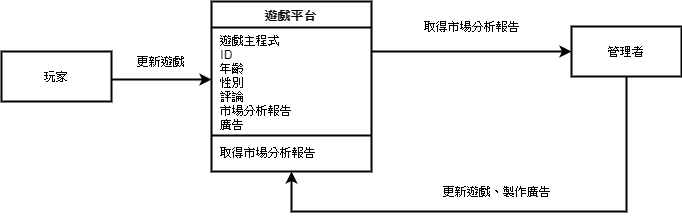
0624036/0624036_OO keeps this draw.io diagram as 市場分析初步類別圖.png. Above is the earlier version. Source tidied: cells renumbered, new cells last; positions are measured from the earlier drawing's top-left corner, leaving out a move shared by most shapes.
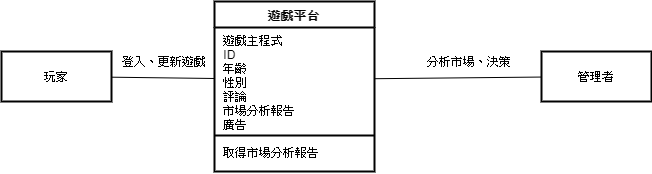
The same diagram one commit later.

Commit message:
Added 市場分析初步類別圖.png

The edit, as a diff of the source:
```diff
@@ -2,53 +2,35 @@
   <root>
     <mxCell id="0" />
     <mxCell id="1" parent="0" />
-    <mxCell id="2" style="edgeStyle=orthogonalEdgeStyle;rounded=0;jettySize=auto;html=1;strokeWidth=2;" parent="1" edge="1" source="3" target="7">
-      <mxGeometry relative="1" as="geometry">
-        <Array as="points">
-          <mxPoint x="430" y="50" />
-          <mxPoint x="430" y="50" />
-        </Array>
-      </mxGeometry>
-    </mxCell>
-    <mxCell id="3" value="遊戲平台" style="swimlane;fontStyle=1;align=center;verticalAlign=top;horizontal=1;startSize=26;strokeWidth=2;" parent="1" vertex="1">
-      <mxGeometry x="210" width="160" height="170" as="geometry" />
+    <mxCell id="3" value="遊戲平台" style="swimlane;fontStyle=1;align=center;verticalAlign=top;horizontal=1;startSize=26;strokeWidth=2;fontFamily=Helvetica;" parent="1" vertex="1">
+      <mxGeometry x="263" y="-90" width="160" height="170" as="geometry" />
     </mxCell>
-    <mxCell id="4" value=" 遊戲主程式&#10; ID&#10; 年齡&#10; 性別&#10; 評論&#10; 市場分析報告&#10; 廣告" style="text;strokeColor=none;fillColor=none;align=left;verticalAlign=top;spacingLeft=4;spacingRight=4;overflow=hidden;points=[[0,0.5],[1,0.5]];portConstraint=eastwest;strokeWidth=2;" parent="3" vertex="1">
+    <mxCell id="4" value=" 遊戲主程式&#10; ID&#10; 年齡&#10; 性別&#10; 評論&#10; 市場分析報告&#10; 廣告" style="text;strokeColor=none;fillColor=none;align=left;verticalAlign=top;spacingLeft=4;spacingRight=4;overflow=hidden;points=[[0,0.5],[1,0.5]];portConstraint=eastwest;strokeWidth=2;fontFamily=Helvetica;" parent="3" vertex="1">
       <mxGeometry y="26" width="160" height="104" as="geometry" />
     </mxCell>
-    <mxCell id="5" style="line;strokeWidth=2;fillColor=none;align=left;verticalAlign=middle;spacingTop=-1;spacingLeft=3;spacingRight=3;labelPosition=right;" parent="3" vertex="1">
+    <mxCell id="5" style="line;strokeWidth=2;fillColor=none;align=left;verticalAlign=middle;spacingTop=-1;spacingLeft=3;spacingRight=3;labelPosition=right;fontFamily=Helvetica;" parent="3" vertex="1">
       <mxGeometry y="130" width="160" height="8" as="geometry" />
     </mxCell>
-    <mxCell id="6" value=" 取得市場分析報告" style="text;strokeColor=none;fillColor=none;align=left;verticalAlign=top;spacingLeft=4;spacingRight=4;overflow=hidden;strokeWidth=2;" parent="3" vertex="1">
+    <mxCell id="6" value=" 取得市場分析報告" style="text;strokeColor=none;fillColor=none;align=left;verticalAlign=top;spacingLeft=4;spacingRight=4;overflow=hidden;strokeWidth=2;fontFamily=Helvetica;" parent="3" vertex="1">
       <mxGeometry y="138" width="160" height="32" as="geometry" />
     </mxCell>
-    <mxCell id="7" value="管理者" style="html=1;strokeWidth=2;" parent="1" vertex="1">
-      <mxGeometry x="570" y="25" width="110" height="50" as="geometry" />
+    <mxCell id="7" value="管理者" style="html=1;strokeWidth=2;fontFamily=Helvetica;" parent="1" vertex="1">
+      <mxGeometry x="590" y="-40" width="110" height="50" as="geometry" />
     </mxCell>
-    <mxCell id="8" value="取得市場分析報告" style="text;html=1;strokeColor=none;fillColor=none;align=center;verticalAlign=middle;whiteSpace=wrap;rounded=0;strokeWidth=2;" parent="1" vertex="1">
-      <mxGeometry x="405" y="15" width="130" height="20" as="geometry" />
-    </mxCell>
-    <mxCell id="9" style="edgeStyle=orthogonalEdgeStyle;rounded=0;jettySize=auto;html=1;exitX=0.5;exitY=1;exitDx=0;exitDy=0;strokeWidth=2;" parent="1" edge="1" source="7" target="3">
-      <mxGeometry relative="1" as="geometry">
-        <Array as="points">
-          <mxPoint x="625" y="210" />
-          <mxPoint x="290" y="210" />
-        </Array>
-      </mxGeometry>
-    </mxCell>
-    <mxCell id="10" value="更新遊戲、製作廣告" style="text;html=1;strokeColor=none;fillColor=none;align=center;verticalAlign=middle;whiteSpace=wrap;rounded=0;strokeWidth=2;" parent="1" vertex="1">
-      <mxGeometry x="430" y="180" width="130" height="20" as="geometry" />
+    <mxCell id="10" value="分析市場、決策" style="text;html=1;strokeColor=none;fillColor=none;align=center;verticalAlign=middle;whiteSpace=wrap;rounded=0;strokeWidth=2;fontFamily=Helvetica;" parent="1" vertex="1">
+      <mxGeometry x="451.5" y="-40" width="130" height="20" as="geometry" />
     </mxCell>
-    <mxCell id="11" value="更新遊戲" style="edgeStyle=orthogonalEdgeStyle;rounded=0;jettySize=auto;html=1;entryX=0;entryY=0.5;entryDx=0;entryDy=0;strokeWidth=2;" parent="1" edge="1" source="12" target="4">
-      <mxGeometry y="18" relative="1" as="geometry">
-        <Array as="points">
-          <mxPoint x="160" y="78" />
-          <mxPoint x="160" y="78" />
-        </Array>
-      </mxGeometry>
-    </mxCell>
-    <mxCell id="12" value="玩家" style="html=1;strokeWidth=2;" parent="1" vertex="1">
-      <mxGeometry y="50" width="110" height="50" as="geometry" />
+    <mxCell id="12" value="玩家" style="html=1;strokeWidth=2;fontFamily=Helvetica;" parent="1" vertex="1">
+      <mxGeometry x="50" y="-40" width="110" height="50" as="geometry" />
     </mxCell>
+    <mxCell id="13" style="endArrow=none;html=1;" parent="1" edge="1" source="4" target="12">
+      <mxGeometry relative="1" as="geometry" />
+    </mxCell>
+    <mxCell id="14" style="endArrow=none;html=1;" parent="1" edge="1" source="7" target="4">
+      <mxGeometry relative="1" as="geometry" />
+    </mxCell>
+    <mxCell id="15" value="登入、更新遊戲" style="text;html=1;strokeColor=none;fillColor=none;align=center;verticalAlign=middle;whiteSpace=wrap;rounded=0;" parent="1" vertex="1">
+      <mxGeometry x="166.5" y="-40" width="90" height="20" as="geometry" />
+    </mxCell>
   </root>
 </mxGraphModel>
```
